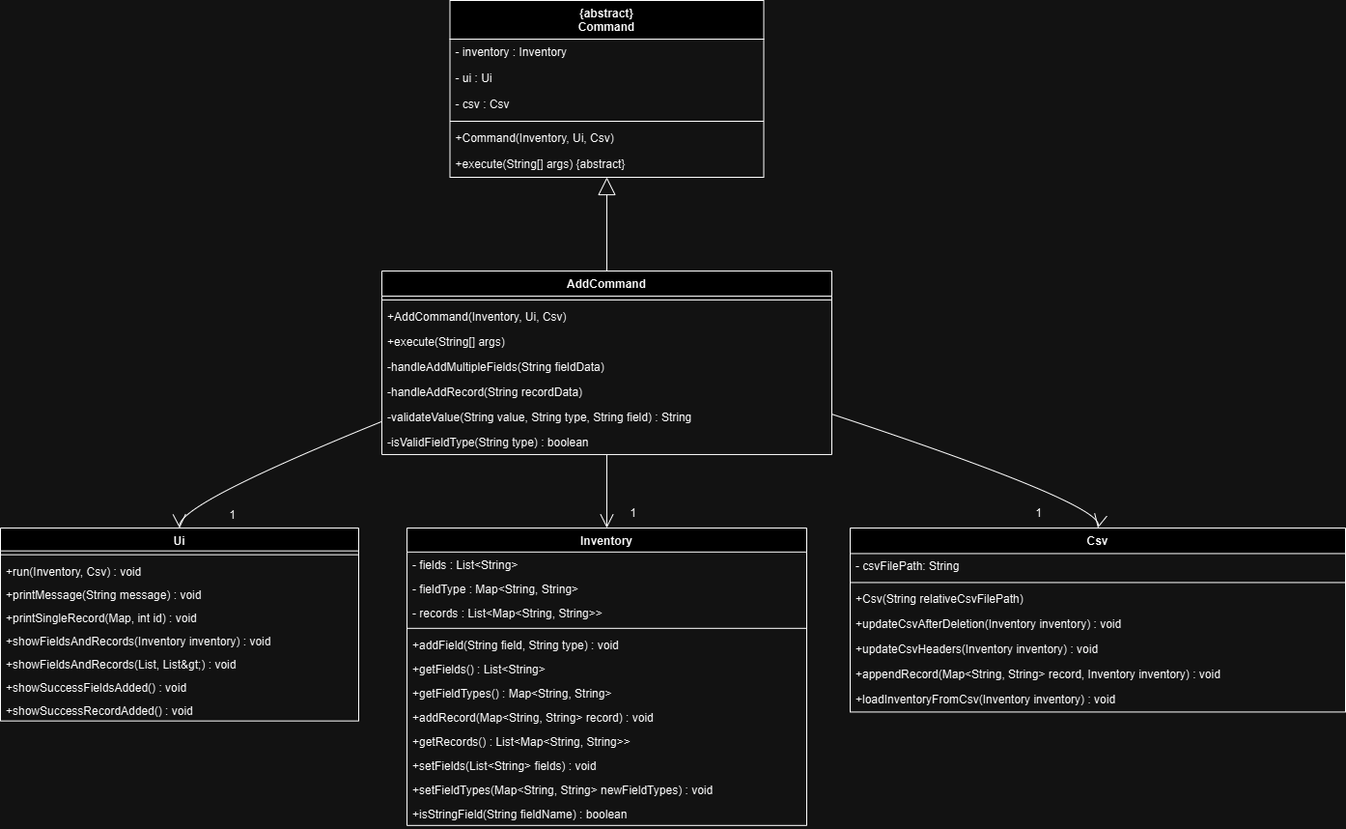
This is docs/AddClassDiagram.png from tayjerom/tp, a draw.io export, as it was before one commit. Source tidied: cells renumbered, new cells last; positions are measured from the earlier drawing's top-left corner, leaving out a move shared by most shapes. Source of this version:
```xml
<mxGraphModel>
  <root>
    <mxCell id="0" />
    <mxCell id="1" parent="0" />
    <mxCell id="2" value="{abstract}&#10;Command" style="swimlane;fontStyle=1;align=center;verticalAlign=top;horizontal=1;startSize=40;" parent="1" vertex="1">
      <mxGeometry x="465.5" width="325" height="183" as="geometry" />
    </mxCell>
    <mxCell id="3" value="- inventory : Inventory " style="text;strokeColor=none;fillColor=none;align=left;verticalAlign=top;spacingLeft=4;spacingRight=4;overflow=hidden;" parent="2" vertex="1">
      <mxGeometry y="40" width="325" height="27" as="geometry" />
    </mxCell>
    <mxCell id="4" value="- ui : Ui" style="text;strokeColor=none;fillColor=none;align=left;verticalAlign=top;spacingLeft=4;spacingRight=4;overflow=hidden;" parent="2" vertex="1">
      <mxGeometry y="67" width="325" height="27" as="geometry" />
    </mxCell>
    <mxCell id="5" value="- csv : Csv" style="text;strokeColor=none;fillColor=none;align=left;verticalAlign=top;spacingLeft=4;spacingRight=4;overflow=hidden;" parent="2" vertex="1">
      <mxGeometry y="94" width="325" height="27" as="geometry" />
    </mxCell>
    <mxCell id="6" style="line;strokeWidth=1;fillColor=none;align=left;verticalAlign=middle;spacingTop=-1;spacingLeft=3;spacingRight=3;labelPosition=right;strokeColor=inherit;" parent="2" vertex="1">
      <mxGeometry y="121" width="325" height="8" as="geometry" />
    </mxCell>
    <mxCell id="7" value="+Command(Inventory, Ui, Csv)" style="text;strokeColor=none;fillColor=none;align=left;verticalAlign=top;spacingLeft=4;spacingRight=4;overflow=hidden;" parent="2" vertex="1">
      <mxGeometry y="129" width="325" height="27" as="geometry" />
    </mxCell>
    <mxCell id="8" value="+execute(String[] args) {abstract}" style="text;strokeColor=none;fillColor=none;align=left;verticalAlign=top;spacingLeft=4;spacingRight=4;overflow=hidden;" parent="2" vertex="1">
      <mxGeometry y="156" width="325" height="27" as="geometry" />
    </mxCell>
    <mxCell id="9" value="AddCommand" style="swimlane;fontStyle=1;align=center;verticalAlign=top;horizontal=1;startSize=25.946428298950195;" parent="1" vertex="1">
      <mxGeometry x="395" y="280" width="466" height="189.9" as="geometry" />
    </mxCell>
    <mxCell id="10" style="line;strokeWidth=1;fillColor=none;align=left;verticalAlign=middle;spacingTop=-1;spacingLeft=3;spacingRight=3;labelPosition=right;strokeColor=inherit;" parent="9" vertex="1">
      <mxGeometry y="25.9" width="466" height="8" as="geometry" />
    </mxCell>
    <mxCell id="11" value="+AddCommand(Inventory, Ui, Csv)" style="text;strokeColor=none;fillColor=none;align=left;verticalAlign=top;spacingLeft=4;spacingRight=4;overflow=hidden;" parent="9" vertex="1">
      <mxGeometry y="33.9" width="466" height="26" as="geometry" />
    </mxCell>
    <mxCell id="12" value="+execute(String[] args)" style="text;strokeColor=none;fillColor=none;align=left;verticalAlign=top;spacingLeft=4;spacingRight=4;overflow=hidden;" parent="9" vertex="1">
      <mxGeometry y="59.9" width="466" height="26" as="geometry" />
    </mxCell>
    <mxCell id="13" value="-handleAddMultipleFields(String fieldData)" style="text;strokeColor=none;fillColor=none;align=left;verticalAlign=top;spacingLeft=4;spacingRight=4;overflow=hidden;" parent="9" vertex="1">
      <mxGeometry y="85.9" width="466" height="26" as="geometry" />
    </mxCell>
    <mxCell id="14" value="-handleAddRecord(String recordData)" style="text;strokeColor=none;fillColor=none;align=left;verticalAlign=top;spacingLeft=4;spacingRight=4;overflow=hidden;" parent="9" vertex="1">
      <mxGeometry y="111.9" width="466" height="26" as="geometry" />
    </mxCell>
    <mxCell id="15" value="-validateValue(String value, String type, String field) : String" style="text;strokeColor=none;fillColor=none;align=left;verticalAlign=top;spacingLeft=4;spacingRight=4;overflow=hidden;" parent="9" vertex="1">
      <mxGeometry y="137.9" width="466" height="26" as="geometry" />
    </mxCell>
    <mxCell id="16" value="-isValidFieldType(String type) : boolean" style="text;strokeColor=none;fillColor=none;align=left;verticalAlign=top;spacingLeft=4;spacingRight=4;overflow=hidden;" parent="9" vertex="1">
      <mxGeometry y="163.9" width="466" height="26" as="geometry" />
    </mxCell>
    <mxCell id="17" value="Ui" style="swimlane;fontStyle=1;align=center;verticalAlign=top;horizontal=1;startSize=23.655172413793103;" parent="1" vertex="1">
      <mxGeometry y="546" width="371" height="199.7" as="geometry" />
    </mxCell>
    <mxCell id="18" style="line;strokeWidth=1;fillColor=none;align=left;verticalAlign=middle;spacingTop=-1;spacingLeft=3;spacingRight=3;labelPosition=right;strokeColor=inherit;" parent="17" vertex="1">
      <mxGeometry y="23.7" width="371" height="8" as="geometry" />
    </mxCell>
    <mxCell id="19" value="+run(Inventory, Csv) : void " style="text;strokeColor=none;fillColor=none;align=left;verticalAlign=top;spacingLeft=4;spacingRight=4;overflow=hidden;" parent="17" vertex="1">
      <mxGeometry y="31.7" width="371" height="24" as="geometry" />
    </mxCell>
    <mxCell id="20" value="+printMessage(String message) : void" style="text;strokeColor=none;fillColor=none;align=left;verticalAlign=top;spacingLeft=4;spacingRight=4;overflow=hidden;" parent="17" vertex="1">
      <mxGeometry y="55.7" width="371" height="24" as="geometry" />
    </mxCell>
    <mxCell id="21" value="+printSingleRecord(Map, int id) : void" style="text;strokeColor=none;fillColor=none;align=left;verticalAlign=top;spacingLeft=4;spacingRight=4;overflow=hidden;" parent="17" vertex="1">
      <mxGeometry y="79.7" width="371" height="24" as="geometry" />
    </mxCell>
    <mxCell id="22" value="+showFieldsAndRecords(Inventory inventory) : void " style="text;strokeColor=none;fillColor=none;align=left;verticalAlign=top;spacingLeft=4;spacingRight=4;overflow=hidden;" parent="17" vertex="1">
      <mxGeometry y="103.7" width="371" height="24" as="geometry" />
    </mxCell>
    <mxCell id="23" value="+showFieldsAndRecords(List, List&amp;gt;) : void " style="text;strokeColor=none;fillColor=none;align=left;verticalAlign=top;spacingLeft=4;spacingRight=4;overflow=hidden;" parent="17" vertex="1">
      <mxGeometry y="127.7" width="371" height="24" as="geometry" />
    </mxCell>
    <mxCell id="24" value="+showSuccessFieldsAdded() : void " style="text;strokeColor=none;fillColor=none;align=left;verticalAlign=top;spacingLeft=4;spacingRight=4;overflow=hidden;" parent="17" vertex="1">
      <mxGeometry y="151.7" width="371" height="24" as="geometry" />
    </mxCell>
    <mxCell id="25" value="+showSuccessRecordAdded() : void " style="text;strokeColor=none;fillColor=none;align=left;verticalAlign=top;spacingLeft=4;spacingRight=4;overflow=hidden;" parent="17" vertex="1">
      <mxGeometry y="175.7" width="371" height="24" as="geometry" />
    </mxCell>
    <mxCell id="26" value="Inventory" style="swimlane;fontStyle=1;align=center;verticalAlign=top;horizontal=1;startSize=24.821428934733074;" parent="1" vertex="1">
      <mxGeometry x="421" y="546" width="414" height="307.8" as="geometry" />
    </mxCell>
    <mxCell id="27" value="- fields : List&lt;String&gt; " style="text;strokeColor=none;fillColor=none;align=left;verticalAlign=top;spacingLeft=4;spacingRight=4;overflow=hidden;" parent="26" vertex="1">
      <mxGeometry y="24.8" width="414" height="25" as="geometry" />
    </mxCell>
    <mxCell id="28" value="- fieldType : Map&lt;String, String&gt;" style="text;strokeColor=none;fillColor=none;align=left;verticalAlign=top;spacingLeft=4;spacingRight=4;overflow=hidden;" parent="26" vertex="1">
      <mxGeometry y="49.8" width="414" height="25" as="geometry" />
    </mxCell>
    <mxCell id="29" value="- records : List&lt;Map&lt;String, String&gt;&gt; " style="text;strokeColor=none;fillColor=none;align=left;verticalAlign=top;spacingLeft=4;spacingRight=4;overflow=hidden;" parent="26" vertex="1">
      <mxGeometry y="74.8" width="414" height="25" as="geometry" />
    </mxCell>
    <mxCell id="30" style="line;strokeWidth=1;fillColor=none;align=left;verticalAlign=middle;spacingTop=-1;spacingLeft=3;spacingRight=3;labelPosition=right;strokeColor=inherit;" parent="26" vertex="1">
      <mxGeometry y="99.8" width="414" height="8" as="geometry" />
    </mxCell>
    <mxCell id="31" value="+addField(String field, String type) : void" style="text;strokeColor=none;fillColor=none;align=left;verticalAlign=top;spacingLeft=4;spacingRight=4;overflow=hidden;" parent="26" vertex="1">
      <mxGeometry y="107.8" width="414" height="25" as="geometry" />
    </mxCell>
    <mxCell id="32" value="+getFields() : List&lt;String&gt;" style="text;strokeColor=none;fillColor=none;align=left;verticalAlign=top;spacingLeft=4;spacingRight=4;overflow=hidden;" parent="26" vertex="1">
      <mxGeometry y="132.8" width="414" height="25" as="geometry" />
    </mxCell>
    <mxCell id="33" value="+getFieldTypes() : Map&lt;String, String&gt; " style="text;strokeColor=none;fillColor=none;align=left;verticalAlign=top;spacingLeft=4;spacingRight=4;overflow=hidden;" parent="26" vertex="1">
      <mxGeometry y="157.8" width="414" height="25" as="geometry" />
    </mxCell>
    <mxCell id="34" value="+addRecord(Map&lt;String, String&gt; record) : void " style="text;strokeColor=none;fillColor=none;align=left;verticalAlign=top;spacingLeft=4;spacingRight=4;overflow=hidden;" parent="26" vertex="1">
      <mxGeometry y="182.8" width="414" height="25" as="geometry" />
    </mxCell>
    <mxCell id="35" value="+getRecords() : List&lt;Map&lt;String, String&gt;&gt;" style="text;strokeColor=none;fillColor=none;align=left;verticalAlign=top;spacingLeft=4;spacingRight=4;overflow=hidden;" parent="26" vertex="1">
      <mxGeometry y="207.8" width="414" height="25" as="geometry" />
    </mxCell>
    <mxCell id="36" value="+setFields(List&lt;String&gt; fields) : void" style="text;strokeColor=none;fillColor=none;align=left;verticalAlign=top;spacingLeft=4;spacingRight=4;overflow=hidden;" parent="26" vertex="1">
      <mxGeometry y="232.8" width="414" height="25" as="geometry" />
    </mxCell>
    <mxCell id="37" value="+setFieldTypes(Map&lt;String, String&gt; newFieldTypes) : void " style="text;strokeColor=none;fillColor=none;align=left;verticalAlign=top;spacingLeft=4;spacingRight=4;overflow=hidden;" parent="26" vertex="1">
      <mxGeometry y="257.8" width="414" height="25" as="geometry" />
    </mxCell>
    <mxCell id="38" value="+isStringField(String fieldName) : boolean " style="text;strokeColor=none;fillColor=none;align=left;verticalAlign=top;spacingLeft=4;spacingRight=4;overflow=hidden;" parent="26" vertex="1">
      <mxGeometry y="282.8" width="414" height="25" as="geometry" />
    </mxCell>
    <mxCell id="39" value="Csv" style="swimlane;fontStyle=1;align=center;verticalAlign=top;horizontal=1;startSize=26.42856924874442;" parent="1" vertex="1">
      <mxGeometry x="880" y="546" width="513" height="190.4" as="geometry" />
    </mxCell>
    <mxCell id="40" value="- csvFilePath: String" style="text;strokeColor=none;fillColor=none;align=left;verticalAlign=top;spacingLeft=4;spacingRight=4;overflow=hidden;" parent="39" vertex="1">
      <mxGeometry y="26.4" width="513" height="26" as="geometry" />
    </mxCell>
    <mxCell id="41" style="line;strokeWidth=1;fillColor=none;align=left;verticalAlign=middle;spacingTop=-1;spacingLeft=3;spacingRight=3;labelPosition=right;strokeColor=inherit;" parent="39" vertex="1">
      <mxGeometry y="52.4" width="513" height="8" as="geometry" />
    </mxCell>
    <mxCell id="42" value="+Csv(String relativeCsvFilePath)" style="text;strokeColor=none;fillColor=none;align=left;verticalAlign=top;spacingLeft=4;spacingRight=4;overflow=hidden;" parent="39" vertex="1">
      <mxGeometry y="60.4" width="513" height="26" as="geometry" />
    </mxCell>
    <mxCell id="43" value="+updateCsvAfterDeletion(Inventory inventory) : void " style="text;strokeColor=none;fillColor=none;align=left;verticalAlign=top;spacingLeft=4;spacingRight=4;overflow=hidden;" parent="39" vertex="1">
      <mxGeometry y="86.4" width="513" height="26" as="geometry" />
    </mxCell>
    <mxCell id="44" value="+updateCsvHeaders(Inventory inventory) : void " style="text;strokeColor=none;fillColor=none;align=left;verticalAlign=top;spacingLeft=4;spacingRight=4;overflow=hidden;" parent="39" vertex="1">
      <mxGeometry y="112.4" width="513" height="26" as="geometry" />
    </mxCell>
    <mxCell id="45" value="+appendRecord(Map&lt;String, String&gt; record, Inventory inventory) : void " style="text;strokeColor=none;fillColor=none;align=left;verticalAlign=top;spacingLeft=4;spacingRight=4;overflow=hidden;" parent="39" vertex="1">
      <mxGeometry y="138.4" width="513" height="26" as="geometry" />
    </mxCell>
    <mxCell id="46" value="+loadInventoryFromCsv(Inventory inventory) : void " style="text;strokeColor=none;fillColor=none;align=left;verticalAlign=top;spacingLeft=4;spacingRight=4;overflow=hidden;" parent="39" vertex="1">
      <mxGeometry y="164.4" width="513" height="26" as="geometry" />
    </mxCell>
    <mxCell id="47" style="curved=1;startArrow=block;startSize=16;startFill=0;endArrow=none;exitX=0.5;exitY=1;entryX=0.5;entryY=0;rounded=0;" parent="1" edge="1" source="2" target="9">
      <mxGeometry relative="1" as="geometry" />
    </mxCell>
    <mxCell id="48" style="curved=1;startArrow=none;endArrow=open;endSize=12;exitX=0;exitY=0.82;entryX=0.5;entryY=0;rounded=0;" parent="1" edge="1" source="9" target="17">
      <mxGeometry relative="1" as="geometry">
        <Array as="points">
          <mxPoint x="185" y="521" />
        </Array>
      </mxGeometry>
    </mxCell>
    <mxCell id="49" style="curved=1;startArrow=none;endArrow=open;endSize=12;exitX=0.5;exitY=1;entryX=0.5;entryY=0;rounded=0;" parent="1" edge="1" source="9" target="26">
      <mxGeometry relative="1" as="geometry" />
    </mxCell>
    <mxCell id="50" style="curved=1;startArrow=none;endArrow=open;endSize=12;exitX=1;exitY=0.78;entryX=0.5;entryY=0;rounded=0;" parent="1" edge="1" source="9" target="39">
      <mxGeometry relative="1" as="geometry">
        <Array as="points">
          <mxPoint x="1142" y="521" />
        </Array>
      </mxGeometry>
    </mxCell>
    <mxCell id="51" value="1" style="text;html=1;align=center;verticalAlign=middle;strokeColor=none;fillColor=none;" parent="1" vertex="1">
      <mxGeometry x="225" y="518" width="30" height="30" as="geometry" />
    </mxCell>
    <mxCell id="52" value="1" style="text;html=1;align=center;verticalAlign=middle;strokeColor=none;fillColor=none;" parent="1" vertex="1">
      <mxGeometry x="640" y="516" width="30" height="30" as="geometry" />
    </mxCell>
    <mxCell id="53" value="1" style="text;html=1;align=center;verticalAlign=middle;strokeColor=none;fillColor=none;" parent="1" vertex="1">
      <mxGeometry x="1060" y="516" width="30" height="30" as="geometry" />
    </mxCell>
  </root>
</mxGraphModel>
```
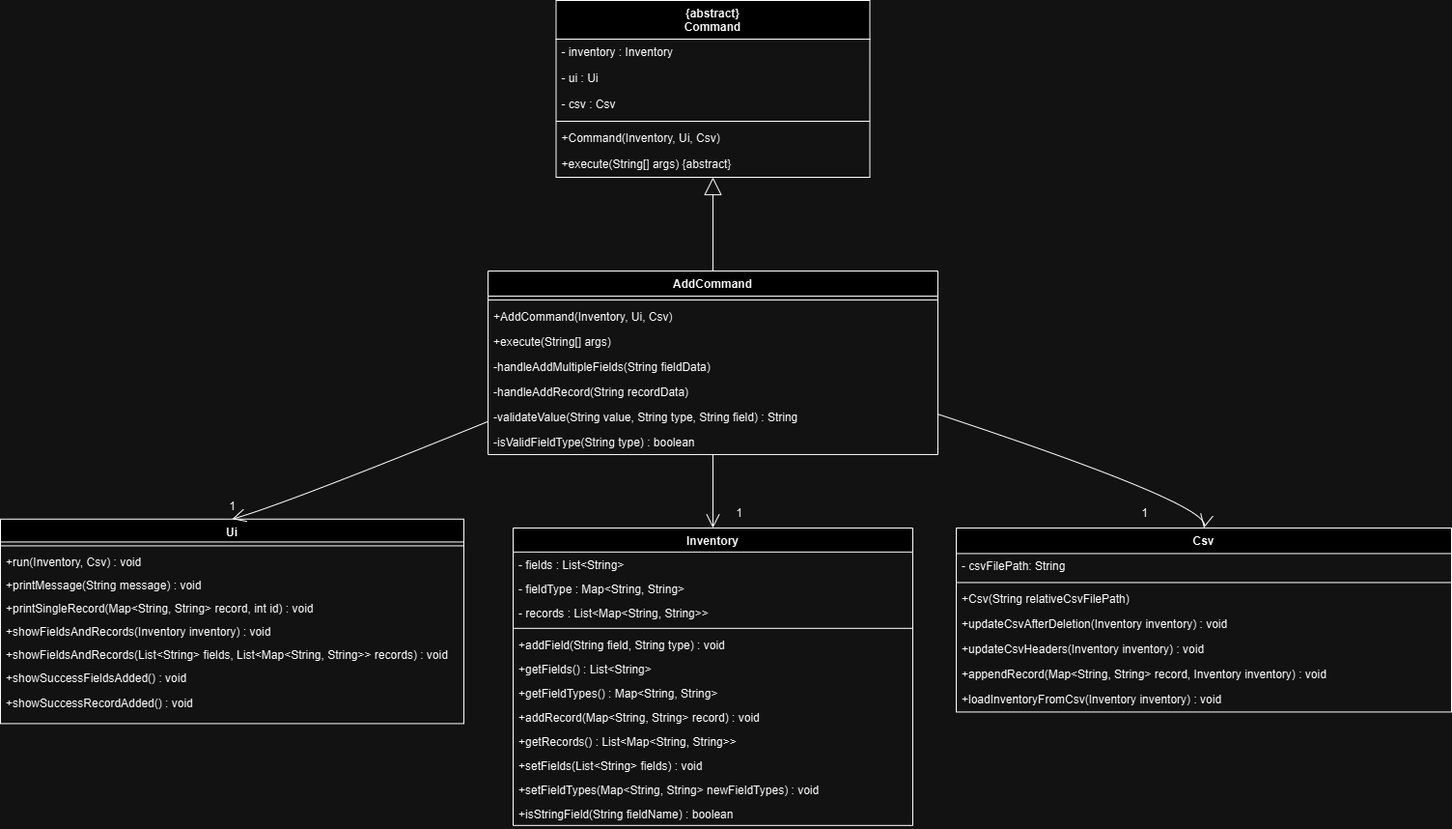
Above is the later version.

Commit message:
Add class diagram into DG

The edit, as a diff of the source:
```diff
@@ -48,31 +48,31 @@
       <mxGeometry y="163.9" width="466" height="26" as="geometry" />
     </mxCell>
     <mxCell id="17" value="Ui" style="swimlane;fontStyle=1;align=center;verticalAlign=top;horizontal=1;startSize=23.655172413793103;" parent="1" vertex="1">
-      <mxGeometry y="546" width="371" height="199.7" as="geometry" />
+      <mxGeometry x="-110" y="536.8" width="480" height="211.7" as="geometry" />
     </mxCell>
     <mxCell id="18" style="line;strokeWidth=1;fillColor=none;align=left;verticalAlign=middle;spacingTop=-1;spacingLeft=3;spacingRight=3;labelPosition=right;strokeColor=inherit;" parent="17" vertex="1">
-      <mxGeometry y="23.7" width="371" height="8" as="geometry" />
+      <mxGeometry y="23.7" width="480" height="8" as="geometry" />
     </mxCell>
     <mxCell id="19" value="+run(Inventory, Csv) : void " style="text;strokeColor=none;fillColor=none;align=left;verticalAlign=top;spacingLeft=4;spacingRight=4;overflow=hidden;" parent="17" vertex="1">
-      <mxGeometry y="31.7" width="371" height="24" as="geometry" />
+      <mxGeometry y="31.7" width="480" height="24" as="geometry" />
     </mxCell>
     <mxCell id="20" value="+printMessage(String message) : void" style="text;strokeColor=none;fillColor=none;align=left;verticalAlign=top;spacingLeft=4;spacingRight=4;overflow=hidden;" parent="17" vertex="1">
-      <mxGeometry y="55.7" width="371" height="24" as="geometry" />
+      <mxGeometry y="55.7" width="480" height="24" as="geometry" />
     </mxCell>
-    <mxCell id="21" value="+printSingleRecord(Map, int id) : void" style="text;strokeColor=none;fillColor=none;align=left;verticalAlign=top;spacingLeft=4;spacingRight=4;overflow=hidden;" parent="17" vertex="1">
-      <mxGeometry y="79.7" width="371" height="24" as="geometry" />
+    <mxCell id="21" value="+printSingleRecord(Map&lt;String, String&gt; record, int id) : void " style="text;strokeColor=none;fillColor=none;align=left;verticalAlign=top;spacingLeft=4;spacingRight=4;overflow=hidden;" parent="17" vertex="1">
+      <mxGeometry y="79.7" width="480" height="24" as="geometry" />
     </mxCell>
     <mxCell id="22" value="+showFieldsAndRecords(Inventory inventory) : void " style="text;strokeColor=none;fillColor=none;align=left;verticalAlign=top;spacingLeft=4;spacingRight=4;overflow=hidden;" parent="17" vertex="1">
-      <mxGeometry y="103.7" width="371" height="24" as="geometry" />
+      <mxGeometry y="103.7" width="480" height="24" as="geometry" />
     </mxCell>
-    <mxCell id="23" value="+showFieldsAndRecords(List, List&amp;gt;) : void " style="text;strokeColor=none;fillColor=none;align=left;verticalAlign=top;spacingLeft=4;spacingRight=4;overflow=hidden;" parent="17" vertex="1">
-      <mxGeometry y="127.7" width="371" height="24" as="geometry" />
+    <mxCell id="23" value="+showFieldsAndRecords(List&lt;String&gt; fields, List&lt;Map&lt;String, String&gt;&gt; records) : void " style="text;strokeColor=none;fillColor=none;align=left;verticalAlign=top;spacingLeft=4;spacingRight=4;overflow=hidden;" parent="17" vertex="1">
+      <mxGeometry y="127.7" width="480" height="24" as="geometry" />
     </mxCell>
     <mxCell id="24" value="+showSuccessFieldsAdded() : void " style="text;strokeColor=none;fillColor=none;align=left;verticalAlign=top;spacingLeft=4;spacingRight=4;overflow=hidden;" parent="17" vertex="1">
-      <mxGeometry y="151.7" width="371" height="24" as="geometry" />
+      <mxGeometry y="151.7" width="480" height="25.7" as="geometry" />
     </mxCell>
     <mxCell id="25" value="+showSuccessRecordAdded() : void " style="text;strokeColor=none;fillColor=none;align=left;verticalAlign=top;spacingLeft=4;spacingRight=4;overflow=hidden;" parent="17" vertex="1">
-      <mxGeometry y="175.7" width="371" height="24" as="geometry" />
+      <mxGeometry y="177.3" width="480" height="34.3" as="geometry" />
     </mxCell>
     <mxCell id="26" value="Inventory" style="swimlane;fontStyle=1;align=center;verticalAlign=top;horizontal=1;startSize=24.821428934733074;" parent="1" vertex="1">
       <mxGeometry x="421" y="546" width="414" height="307.8" as="geometry" />
@@ -158,7 +158,7 @@
       </mxGeometry>
     </mxCell>
     <mxCell id="51" value="1" style="text;html=1;align=center;verticalAlign=middle;strokeColor=none;fillColor=none;" parent="1" vertex="1">
-      <mxGeometry x="225" y="518" width="30" height="30" as="geometry" />
+      <mxGeometry x="115" y="508.8" width="30" height="30" as="geometry" />
     </mxCell>
     <mxCell id="52" value="1" style="text;html=1;align=center;verticalAlign=middle;strokeColor=none;fillColor=none;" parent="1" vertex="1">
       <mxGeometry x="640" y="516" width="30" height="30" as="geometry" />
```
